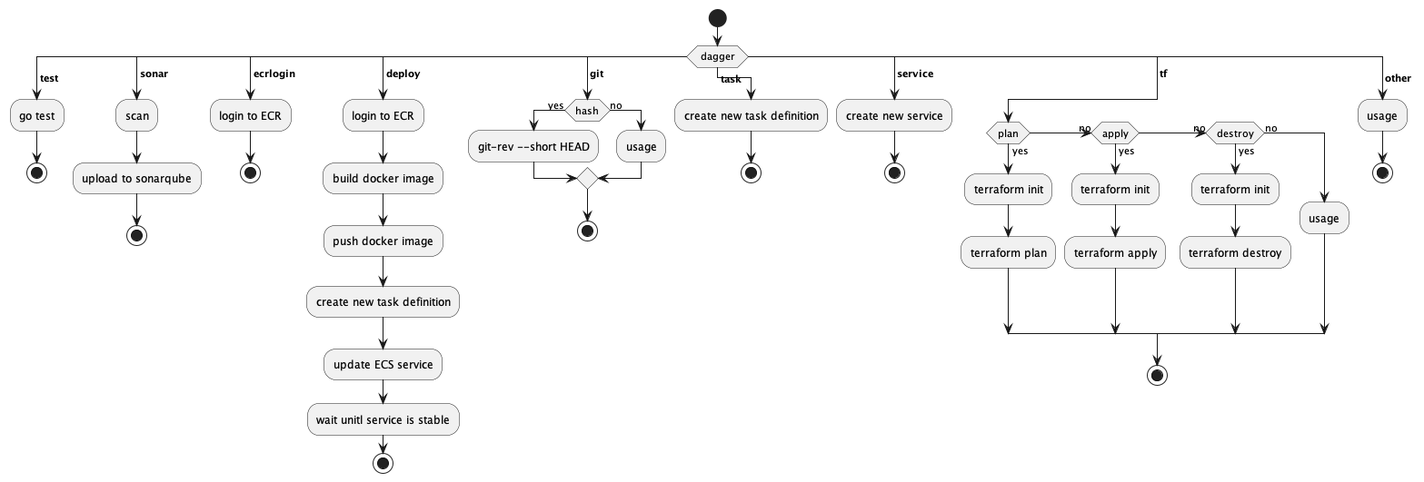
Earlier version of the PlantUML export plantuml/dagger.png (FabulousGinger/dagger). Source of this version:
```plantuml
@startuml dagger
start
switch ( dagger )
case ( **test** )
  :go test;
  stop
case ( **sonar** )
  :scan;
  :upload to sonarqube;
  stop
case ( **ecrlogin** )
  :login to ECR;
  stop
case ( **deploy** )
  :login to ECR;
  :build docker image;
  :push docker image;
  :create new task definition;
  :update ECS service;
  :wait unitl service is stable;
  stop
case ( **git** )
  if (hash) then (yes)
    :git-rev --short HEAD;
  else (no)
    :usage;
  endif
  stop
case ( **task** )
  :create new task definition;
  stop
case ( **service** )
  :create new service;
  stop
case ( **tf** )
  if (plan) then (yes)
    :terraform init;
    :terraform plan;
  (no) elseif (apply) then (yes)
    :terraform init;
    :terraform apply;
  (no) elseif (destroy) then (yes)
    :terraform init;
    :terraform destroy;
  else (no)
    :usage;
  endif
  stop
case ( **other** )
  :usage;
  stop
endswitch
@enduml
```
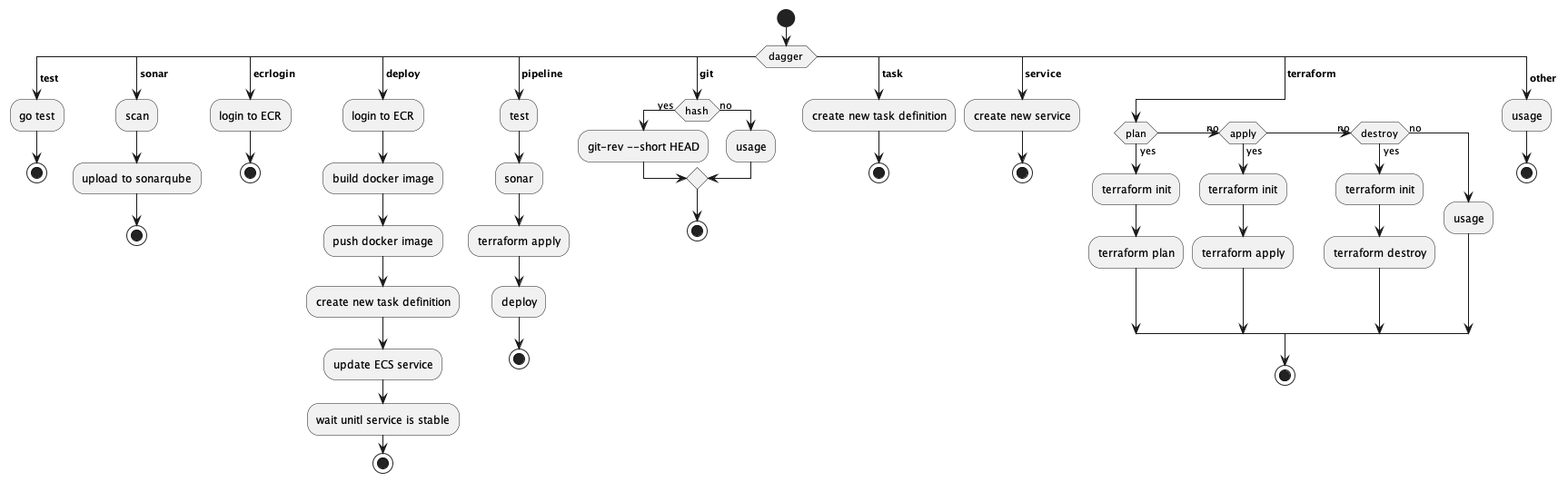
After the commit.

Commit message:
adding pipeline command

What changed in the source:
```diff
@@ -19,6 +19,12 @@
   :update ECS service;
   :wait unitl service is stable;
   stop
+case ( **pipeline** )
+  :test;
+  :sonar;
+  :terraform apply;
+  :deploy;
+  stop
 case ( **git** )
   if (hash) then (yes)
     :git-rev --short HEAD;
@@ -32,7 +38,7 @@
 case ( **service** )
   :create new service;
   stop
-case ( **tf** )
+case ( **terraform** )
   if (plan) then (yes)
     :terraform init;
     :terraform plan;
```
